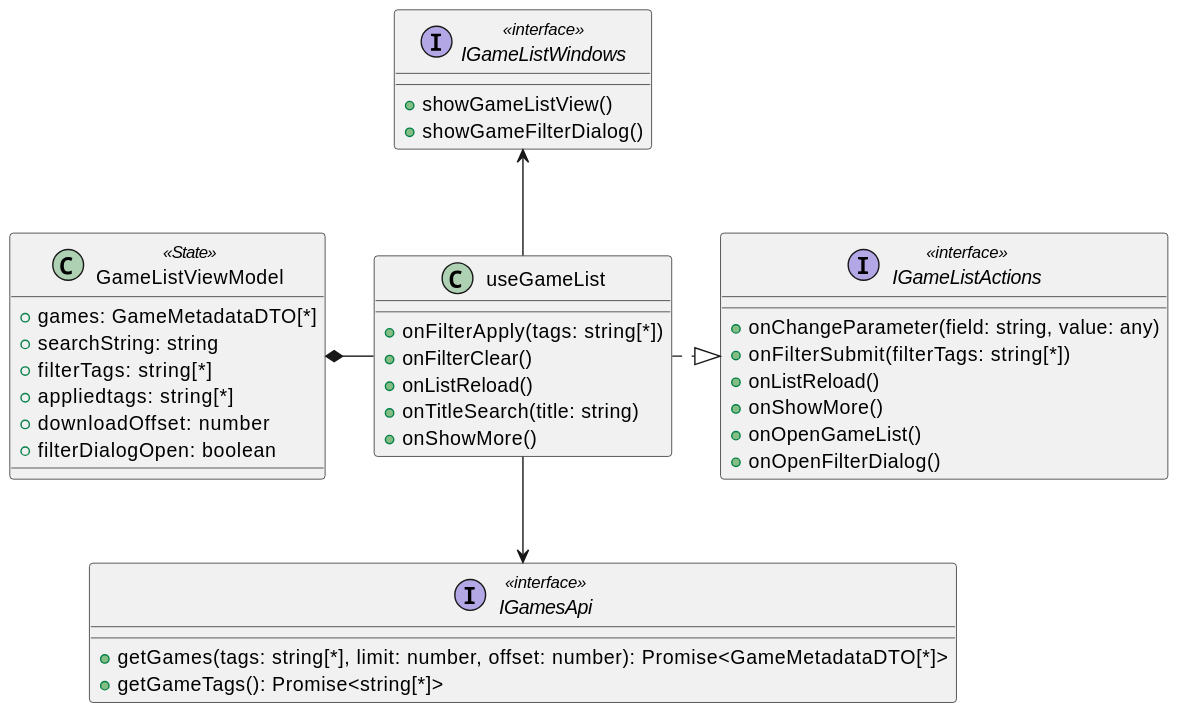
The PlantUML diagram diagrams/frontend/rendered/game-list-presenter.svg in Igor-Ochocki/POP-2026Z, before a commit.
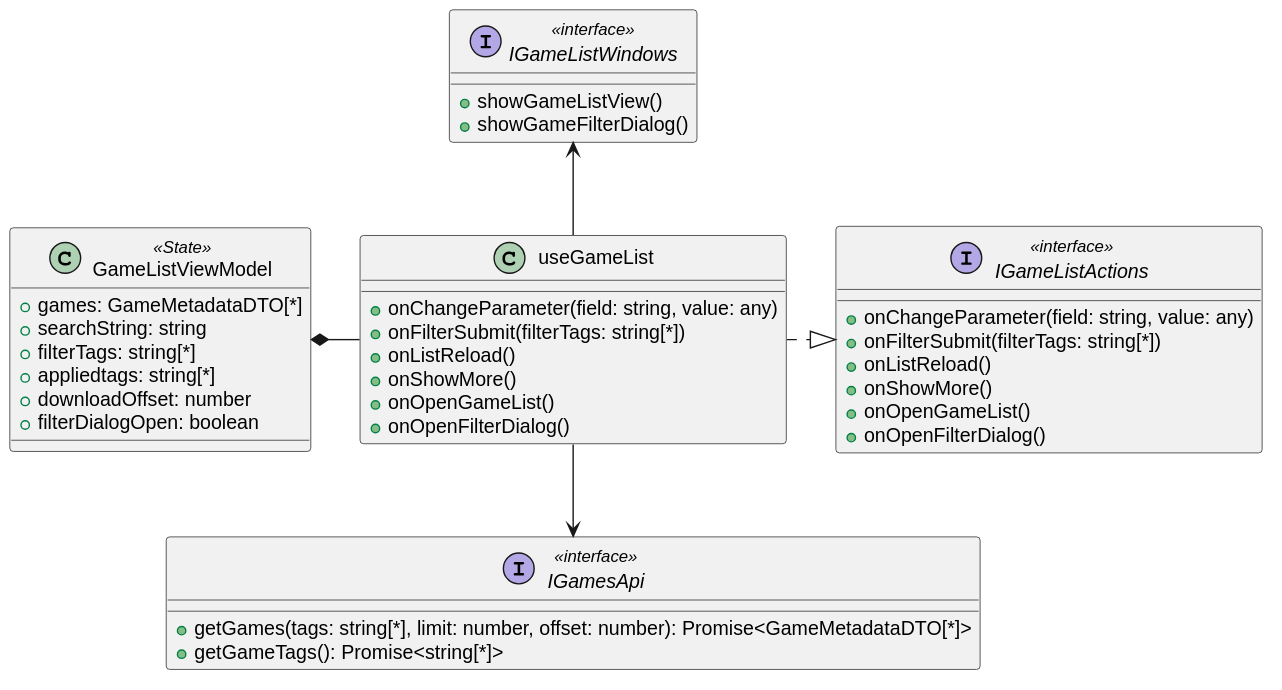
The same diagram one commit later.

Commit message:
Fix diagram discrepancy

What changed in the source:
```diff
@@ -19,11 +19,12 @@
 }
 
 class useGameList {
-    +onFilterApply(tags: string[*])
-    +onFilterClear()
+    +onChangeParameter(field: string, value: any)
+    +onFilterSubmit(filterTags: string[*])
     +onListReload()
-    +onTitleSearch(title: string)
     +onShowMore()
+    +onOpenGameList()
+    +onOpenFilterDialog()
 }
 
 class GameListViewModel <<State>> {
```
